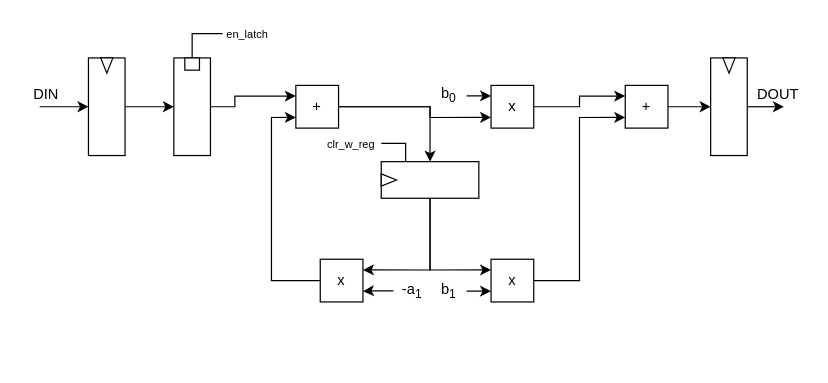
Earlier version of the draw.io diagram relazioni/lab1/dfgs/datapath.drawio (levnikolaevicmiskyn/ISA). Source tidied: cells renumbered, new cells numbered last; positions are measured from the earlier drawing's top-left corner, leaving out a move shared by most shapes. Both pictures are drawn from the tidied source at 122%, with x=0, y=0 at pixel (21, 21).
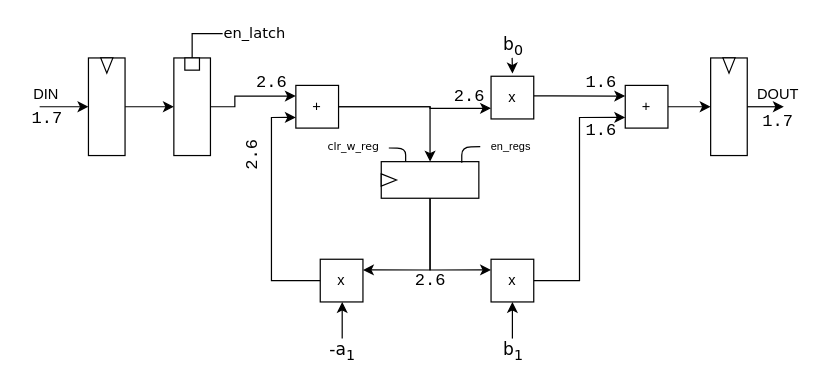
After the change.

Unchanged cells that the change refers to:
```xml
<mxCell id="6" value="+" style="whiteSpace=wrap;html=1;" parent="1" vertex="1">
  <mxGeometry x="225" y="52.5" width="35" height="35" as="geometry" />
</mxCell>
<mxCell id="14" style="rounded=0;whiteSpace=wrap;html=1;rotation=-90;" parent="13" vertex="1">
  <mxGeometry width="30" height="80" as="geometry" />
</mxCell>
<mxCell id="21" value="+" style="whiteSpace=wrap;html=1;" parent="1" vertex="1">
  <mxGeometry x="495" y="52.5" width="35" height="35" as="geometry" />
</mxCell>
<mxCell id="23" value="x" style="whiteSpace=wrap;html=1;" parent="1" vertex="1">
  <mxGeometry x="385" y="195" width="35" height="35" as="geometry" />
</mxCell>
<mxCell id="29" value="x" style="whiteSpace=wrap;html=1;" parent="1" vertex="1">
  <mxGeometry x="245" y="195" width="35" height="35" as="geometry" />
</mxCell>
```

Diff of the diagram source:
```diff
@@
     <mxCell id="5" style="edgeStyle=orthogonalEdgeStyle;rounded=0;jettySize=auto;html=1;entryX=0;entryY=0.75;entryDx=0;entryDy=0;" parent="1" edge="1" source="6" target="19">
       <mxGeometry relative="1" as="geometry">
         <Array as="points">
           <mxPoint x="335" y="70" />
-          <mxPoint x="335" y="79" />
+          <mxPoint x="385" y="71" />
         </Array>
       </mxGeometry>
     </mxCell>
@@
     <mxCell id="18" style="edgeStyle=orthogonalEdgeStyle;rounded=0;jettySize=auto;html=1;entryX=0;entryY=0.25;entryDx=0;entryDy=0;" parent="1" edge="1" source="19" target="21">
-      <mxGeometry relative="1" as="geometry" />
+      <mxGeometry relative="1" as="geometry">
+        <Array as="points">
+          <mxPoint x="435" y="61" />
+          <mxPoint x="435" y="61" />
+        </Array>
+      </mxGeometry>
     </mxCell>
     <mxCell id="19" value="x" style="whiteSpace=wrap;html=1;" parent="1" vertex="1">
-      <mxGeometry x="385" y="52.5" width="35" height="35" as="geometry" />
+      <mxGeometry x="385" y="45" width="35" height="35" as="geometry" />
     </mxCell>
@@
-    <mxCell id="31" style="edgeStyle=orthogonalEdgeStyle;rounded=0;jettySize=auto;html=1;entryX=1;entryY=0.75;entryDx=0;entryDy=0;" parent="1" edge="1" source="32" target="29">
-      <mxGeometry relative="1" as="geometry" />
+    <mxCell id="31" style="edgeStyle=orthogonalEdgeStyle;rounded=0;jettySize=auto;html=1;entryX=0.514;entryY=1;entryDx=0;entryDy=0;entryPerimeter=0;" parent="1" edge="1" target="29">
+      <mxGeometry relative="1" as="geometry">
+        <mxPoint x="263" y="260" as="sourcePoint" />
+      </mxGeometry>
     </mxCell>
-    <mxCell id="32" value="-a&lt;sub&gt;1&lt;/sub&gt;" style="text;html=1;align=center;verticalAlign=middle;points=[];" parent="1" vertex="1">
-      <mxGeometry x="305" y="211" width="30" height="20" as="geometry" />
+    <mxCell id="32" value="&lt;font style=&quot;font-size: 14px&quot; face=&quot;Verdana&quot;&gt;-a&lt;sub&gt;1&lt;/sub&gt;&lt;/font&gt;" style="text;html=1;align=center;verticalAlign=middle;points=[];" parent="1" vertex="1">
+      <mxGeometry x="242.5" y="260" width="40" height="20" as="geometry" />
     </mxCell>
-    <mxCell id="33" value="b&lt;sub&gt;1&lt;/sub&gt;" style="text;html=1;align=center;verticalAlign=middle;points=[];" parent="1" vertex="1">
-      <mxGeometry x="335" y="211" width="30" height="20" as="geometry" />
+    <mxCell id="33" value="&lt;font style=&quot;font-size: 14px&quot; face=&quot;Verdana&quot;&gt;b&lt;sub&gt;1&lt;/sub&gt;&lt;/font&gt;" style="text;html=1;align=center;verticalAlign=middle;points=[];" parent="1" vertex="1">
+      <mxGeometry x="387.5" y="260" width="30" height="20" as="geometry" />
     </mxCell>
-    <mxCell id="34" value="b&lt;sub&gt;0&lt;/sub&gt;" style="text;html=1;align=center;verticalAlign=middle;points=[];" parent="1" vertex="1">
-      <mxGeometry x="335" y="50" width="30" height="20" as="geometry" />
+    <mxCell id="34" value="&lt;font style=&quot;font-size: 14px&quot; face=&quot;Verdana&quot;&gt;b&lt;sub&gt;0&lt;/sub&gt;&lt;/font&gt;" style="text;html=1;align=center;verticalAlign=middle;points=[];" parent="1" vertex="1">
+      <mxGeometry x="387.5" y="10" width="30" height="20" as="geometry" />
     </mxCell>
-    <mxCell id="35" style="endArrow=classic;html=1;entryX=0;entryY=0.75;entryDx=0;entryDy=0;" parent="1" edge="1" source="33" target="23">
+    <mxCell id="35" style="endArrow=classic;html=1;entryX=0.5;entryY=1;entryDx=0;entryDy=0;" parent="1" edge="1" source="33" target="23">
       <mxGeometry relative="1" as="geometry" />
     </mxCell>
-    <mxCell id="36" style="endArrow=classic;html=1;entryX=0;entryY=0.25;entryDx=0;entryDy=0;" parent="1" edge="1" target="19">
-      <mxGeometry relative="1" as="geometry">
-        <mxPoint x="365" y="61" as="sourcePoint" />
-      </mxGeometry>
+    <mxCell id="36" style="endArrow=classic;html=1;entryX=0.502;entryY=-0.065;entryDx=0;entryDy=0;exitX=0.493;exitY=0.997;exitDx=0;exitDy=0;exitPerimeter=0;entryPerimeter=0;" parent="1" edge="1" source="34" target="19">
+      <mxGeometry relative="1" as="geometry" />
     </mxCell>
@@
-    <mxCell id="40" value="&lt;font style=&quot;font-size: 9px&quot;&gt;en_latch&lt;/font&gt;" style="text;html=1;align=center;verticalAlign=middle;" parent="1" vertex="1">
-      <mxGeometry x="160" width="50" height="20" as="geometry" />
+    <mxCell id="40" value="&lt;font style=&quot;font-size: 12px&quot; face=&quot;Verdana&quot;&gt;en_latch&lt;/font&gt;" style="text;html=1;align=center;verticalAlign=middle;" parent="1" vertex="1">
+      <mxGeometry x="156" width="70" height="20" as="geometry" />
     </mxCell>
-    <mxCell id="41" style="edgeStyle=orthogonalEdgeStyle;rounded=0;jettySize=auto;html=1;entryX=1;entryY=0.25;entryDx=0;entryDy=0;endArrow=none;endFill=0;" parent="1" edge="1" source="42" target="14">
-      <mxGeometry relative="1" as="geometry">
-        <Array as="points">
-          <mxPoint x="315" y="100" />
-        </Array>
-      </mxGeometry>
-    </mxCell>
-    <mxCell id="42" value="&lt;font style=&quot;font-size: 9px&quot;&gt;clr_w_reg&lt;/font&gt;" style="text;html=1;align=center;verticalAlign=middle;points=[];" parent="1" vertex="1">
-      <mxGeometry x="245" y="90" width="50" height="20" as="geometry" />
+    <mxCell id="42" value="&lt;font style=&quot;font-size: 9px&quot; face=&quot;Verdana&quot;&gt;clr_w_reg&lt;/font&gt;" style="text;html=1;align=center;verticalAlign=middle;points=[];" parent="1" vertex="1">
+      <mxGeometry x="241.5" y="92" width="60" height="20" as="geometry" />
     </mxCell>
+    <mxCell id="43" value="&lt;font style=&quot;font-size: 14px&quot; face=&quot;Courier New&quot;&gt;1.7&lt;/font&gt;" style="text;html=1;align=center;verticalAlign=middle;" parent="1" vertex="1">
+      <mxGeometry x="1" y="70" width="40" height="20" as="geometry" />
+    </mxCell>
+    <mxCell id="44" value="&lt;font style=&quot;font-size: 14px&quot; face=&quot;Courier New&quot;&gt;2.6&lt;/font&gt;" style="text;html=1;align=center;verticalAlign=middle;" parent="1" vertex="1">
+      <mxGeometry x="185" y="40" width="40" height="20" as="geometry" />
+    </mxCell>
+    <mxCell id="45" value="&lt;font style=&quot;font-size: 14px&quot; face=&quot;Courier New&quot;&gt;2.6&lt;/font&gt;" style="text;html=1;align=center;verticalAlign=middle;rotation=270;" parent="1" vertex="1">
+      <mxGeometry x="170" y="100" width="40" height="20" as="geometry" />
+    </mxCell>
+    <mxCell id="46" value="&lt;font style=&quot;font-size: 14px&quot; face=&quot;Courier New&quot;&gt;2.6&lt;/font&gt;" style="text;html=1;align=center;verticalAlign=middle;" parent="1" vertex="1">
+      <mxGeometry x="346.5" y="52" width="40" height="20" as="geometry" />
+    </mxCell>
+    <mxCell id="47" value="&lt;font style=&quot;font-size: 14px&quot; face=&quot;Courier New&quot;&gt;1.6&lt;/font&gt;" style="text;html=1;align=center;verticalAlign=middle;" parent="1" vertex="1">
+      <mxGeometry x="455" y="40" width="40" height="20" as="geometry" />
+    </mxCell>
+    <mxCell id="48" value="&lt;font style=&quot;font-size: 14px&quot; face=&quot;Courier New&quot;&gt;1.6&lt;/font&gt;" style="text;html=1;align=center;verticalAlign=middle;" parent="1" vertex="1">
+      <mxGeometry x="455" y="80" width="40" height="20" as="geometry" />
+    </mxCell>
+    <mxCell id="49" value="&lt;font style=&quot;font-size: 14px&quot; face=&quot;Courier New&quot;&gt;1.7&lt;/font&gt;" style="text;html=1;align=center;verticalAlign=middle;" parent="1" vertex="1">
+      <mxGeometry x="600" y="72" width="40" height="20" as="geometry" />
+    </mxCell>
+    <mxCell id="50" value="&lt;font style=&quot;font-size: 14px&quot; face=&quot;Courier New&quot;&gt;2.6&lt;/font&gt;" style="text;html=1;align=center;verticalAlign=middle;" parent="1" vertex="1">
+      <mxGeometry x="315" y="202.5" width="40" height="20" as="geometry" />
+    </mxCell>
+    <mxCell id="51" style="endArrow=none;html=1;entryX=0.013;entryY=0.536;entryDx=0;entryDy=0;entryPerimeter=0;" parent="1" edge="1" target="52">
+      <mxGeometry relative="1" as="geometry">
+        <mxPoint x="361" y="116" as="sourcePoint" />
+        <Array as="points">
+          <mxPoint x="361" y="103" />
+        </Array>
+      </mxGeometry>
+    </mxCell>
+    <mxCell id="52" value="&lt;font style=&quot;font-size: 9px&quot;&gt;en_regs&lt;/font&gt;" style="text;html=1;align=center;verticalAlign=middle;points=[];" parent="1" vertex="1">
+      <mxGeometry x="375.5" y="92" width="50" height="20" as="geometry" />
+    </mxCell>
+    <mxCell id="53" style="endArrow=none;html=1;exitX=1;exitY=0.25;exitDx=0;exitDy=0;entryX=0.995;entryY=0.591;entryDx=0;entryDy=0;entryPerimeter=0;" parent="1" edge="1" source="14" target="42">
+      <mxGeometry relative="1" as="geometry">
+        <Array as="points">
+          <mxPoint x="315" y="104" />
+        </Array>
+      </mxGeometry>
+    </mxCell>
```
